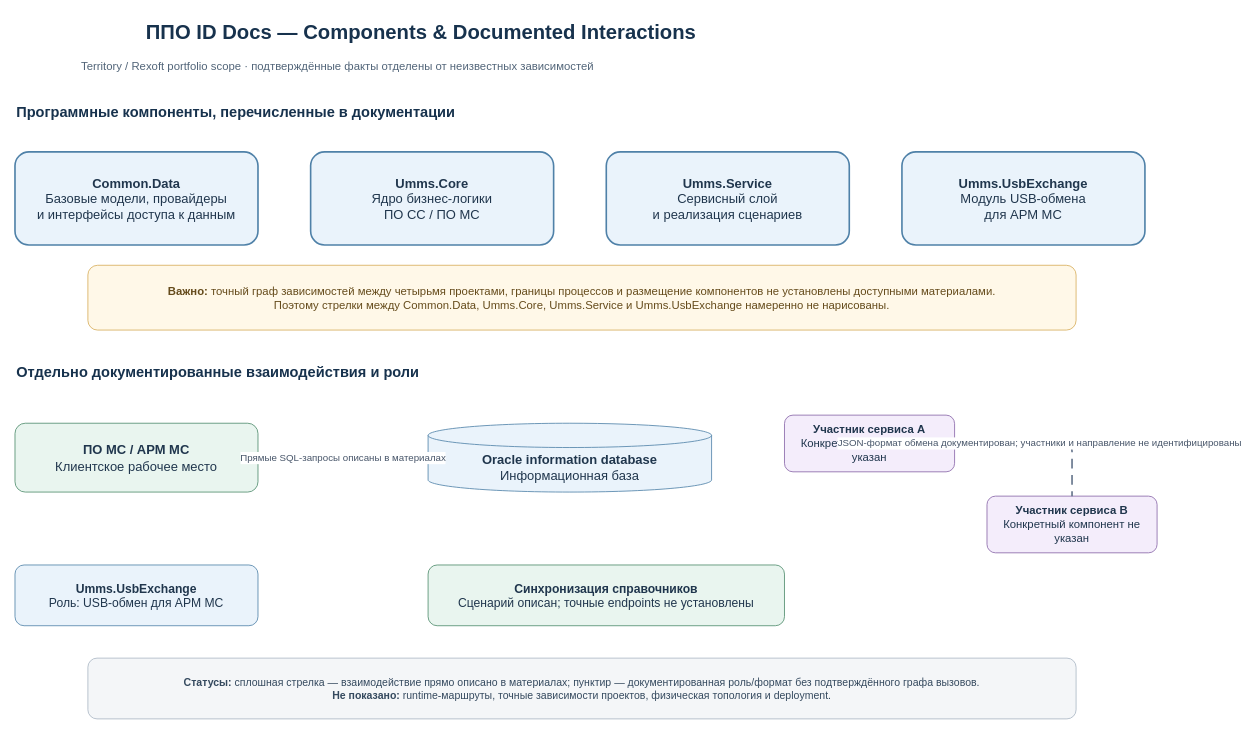
Earlier version of the draw.io diagram docs/diagrams/system-architecture-components.drawio (ekatmoz88-alt/territory-docs). Source tidied: cells renumbered, new cells numbered last; positions are measured from the earlier drawing's top-left corner, leaving out a move shared by most shapes. Both pictures are drawn from the tidied source at 81%, with x=0, y=0 at pixel (15, 14).
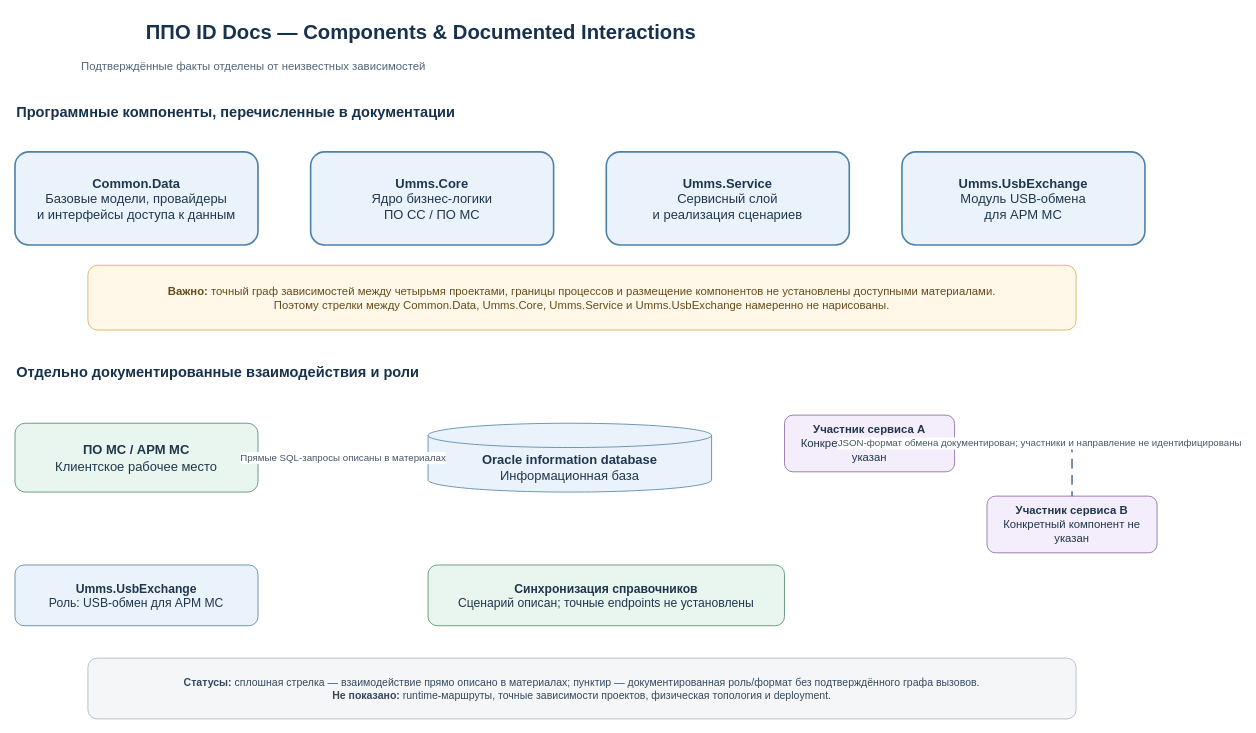
Above is the later version.

Commit message:
Remove portfolio grouping and cross-system notice

Change to the diagram source:
```diff
@@
 <mxGraphModel>
   <root>
     <mxCell id="0" />
     <mxCell id="1" parent="0" />
     <mxCell id="2" value="ППО ID Docs — Components &amp; Documented Interactions" style="text;html=1;fontSize=25;fontStyle=1;fontColor=#17324d;" parent="1" vertex="1">
       <mxGeometry x="160" width="1080" height="48" as="geometry" />
     </mxCell>
-    <mxCell id="3" value="Territory / Rexoft portfolio scope · подтверждённые факты отделены от неизвестных зависимостей" style="text;html=1;fontSize=14;fontColor=#526579;" parent="1" vertex="1">
+    <mxCell id="3" value="Подтверждённые факты отделены от неизвестных зависимостей" style="text;html=1;fontSize=14;fontColor=#526579;" parent="1" vertex="1">
       <mxGeometry x="80" y="50" width="1240" height="32" as="geometry" />
     </mxCell>
     <mxCell id="4" value="&lt;b&gt;Программные компоненты, перечисленные в документации&lt;/b&gt;" style="text;html=1;fontSize=18;fontColor=#17324d;" parent="1" vertex="1">
       <mxGeometry y="105" width="1400" height="38" as="geometry" />
     </mxCell>
     <mxCell id="5" value="&lt;b&gt;Common.Data&lt;/b&gt;&lt;br&gt;Базовые модели, провайдеры&lt;br&gt;и интерфейсы доступа к данным" style="rounded=1;whiteSpace=wrap;html=1;align=center;verticalAlign=middle;fontFamily=Arial;fillColor=#eaf3fb;strokeColor=#4f81a8;strokeWidth=2;fontSize=16;fontColor=#20364d;" parent="1" vertex="1">
       <mxGeometry y="170" width="300" height="115" as="geometry" />
     </mxCell>
     <mxCell id="6" value="&lt;b&gt;Umms.Core&lt;/b&gt;&lt;br&gt;Ядро бизнес-логики&lt;br&gt;ПО СС / ПО МС" style="rounded=1;whiteSpace=wrap;html=1;align=center;verticalAlign=middle;fontFamily=Arial;fillColor=#eaf3fb;strokeColor=#4f81a8;strokeWidth=2;fontSize=16;fontColor=#20364d;" parent="1" vertex="1">
       <mxGeometry x="365" y="170" width="300" height="115" as="geometry" />
     </mxCell>
     <mxCell id="7" value="&lt;b&gt;Umms.Service&lt;/b&gt;&lt;br&gt;Сервисный слой&lt;br&gt;и реализация сценариев" style="rounded=1;whiteSpace=wrap;html=1;align=center;verticalAlign=middle;fontFamily=Arial;fillColor=#eaf3fb;strokeColor=#4f81a8;strokeWidth=2;fontSize=16;fontColor=#20364d;" parent="1" vertex="1">
       <mxGeometry x="730" y="170" width="300" height="115" as="geometry" />
     </mxCell>
     <mxCell id="8" value="&lt;b&gt;Umms.UsbExchange&lt;/b&gt;&lt;br&gt;Модуль USB-обмена&lt;br&gt;для АРМ МС" style="rounded=1;whiteSpace=wrap;html=1;align=center;verticalAlign=middle;fontFamily=Arial;fillColor=#eaf3fb;strokeColor=#4f81a8;strokeWidth=2;fontSize=16;fontColor=#20364d;" parent="1" vertex="1">
       <mxGeometry x="1095" y="170" width="300" height="115" as="geometry" />
     </mxCell>
     <mxCell id="9" value="&lt;b&gt;Важно:&lt;/b&gt; точный граф зависимостей между четырьмя проектами, границы процессов и размещение компонентов не установлены доступными материалами.&lt;br&gt;Поэтому стрелки между Common.Data, Umms.Core, Umms.Service и Umms.UsbExchange намеренно не нарисованы." style="rounded=1;whiteSpace=wrap;html=1;align=center;verticalAlign=middle;fontFamily=Arial;fillColor=#fff8e8;strokeColor=#d7ad58;fontSize=14;fontColor=#654b1b;" parent="1" vertex="1">
       <mxGeometry x="90" y="310" width="1220" height="80" as="geometry" />
     </mxCell>
     <mxCell id="10" value="&lt;b&gt;Отдельно документированные взаимодействия и роли&lt;/b&gt;" style="text;html=1;fontSize=18;fontColor=#17324d;" parent="1" vertex="1">
       <mxGeometry y="425" width="1400" height="38" as="geometry" />
     </mxCell>
     <mxCell id="11" value="&lt;b&gt;ПО МС / АРМ МС&lt;/b&gt;&lt;br&gt;Клиентское рабочее место" style="rounded=1;whiteSpace=wrap;html=1;align=center;verticalAlign=middle;fontFamily=Arial;fillColor=#e9f5ef;strokeColor=#4d8b6b;fontSize=16;fontColor=#20364d;" parent="1" vertex="1">
       <mxGeometry y="505" width="300" height="85" as="geometry" />
     </mxCell>
     <mxCell id="12" value="&lt;b&gt;Oracle information database&lt;/b&gt;&lt;br&gt;Информационная база" style="shape=cylinder3;boundedLbl=1;backgroundOutline=1;rounded=1;whiteSpace=wrap;html=1;align=center;verticalAlign=middle;fontFamily=Arial;fillColor=#eaf3fb;strokeColor=#4f81a8;fontSize=16;fontColor=#20364d;" parent="1" vertex="1">
       <mxGeometry x="510" y="505" width="350" height="85" as="geometry" />
     </mxCell>
     <mxCell id="13" value="Прямые SQL-запросы описаны в материалах" style="edgeStyle=orthogonalEdgeStyle;rounded=1;jettySize=auto;html=1;endArrow=block;endFill=1;strokeColor=#64748b;strokeWidth=2;fontSize=12;fontColor=#475569;labelBackgroundColor=#ffffff;" parent="1" edge="1" source="11" target="12">
       <mxGeometry relative="1" as="geometry" />
     </mxCell>
     <mxCell id="14" value="&lt;b&gt;Участник сервиса A&lt;/b&gt;&lt;br&gt;Конкретный компонент не указан" style="rounded=1;whiteSpace=wrap;html=1;align=center;verticalAlign=middle;fontFamily=Arial;fillColor=#f4edfb;strokeColor=#8865a8;fontSize=14;fontColor=#20364d;" parent="1" vertex="1">
       <mxGeometry x="950" y="495" width="210" height="70" as="geometry" />
     </mxCell>
     <mxCell id="15" value="&lt;b&gt;Участник сервиса B&lt;/b&gt;&lt;br&gt;Конкретный компонент не указан" style="rounded=1;whiteSpace=wrap;html=1;align=center;verticalAlign=middle;fontFamily=Arial;fillColor=#f4edfb;strokeColor=#8865a8;fontSize=14;fontColor=#20364d;" parent="1" vertex="1">
       <mxGeometry x="1200" y="595" width="210" height="70" as="geometry" />
     </mxCell>
     <mxCell id="16" value="JSON-формат обмена документирован; участники и направление не идентифицированы" style="edgeStyle=orthogonalEdgeStyle;rounded=1;jettySize=auto;html=1;startArrow=none;startFill=0;endArrow=none;endFill=0;strokeColor=#64748b;strokeWidth=2;dashed=1;dashPattern=6 4;fontSize=12;fontColor=#475569;labelBackgroundColor=#ffffff;" parent="1" edge="1" source="14" target="15">
       <mxGeometry relative="1" as="geometry" />
     </mxCell>
     <mxCell id="17" value="&lt;b&gt;Umms.UsbExchange&lt;/b&gt;&lt;br&gt;Роль: USB-обмен для АРМ МС" style="rounded=1;whiteSpace=wrap;html=1;align=center;verticalAlign=middle;fontFamily=Arial;fillColor=#eaf3fb;strokeColor=#4f81a8;fontSize=15;fontColor=#20364d;" parent="1" vertex="1">
       <mxGeometry y="680" width="300" height="75" as="geometry" />
     </mxCell>
     <mxCell id="18" value="&lt;b&gt;Синхронизация справочников&lt;/b&gt;&lt;br&gt;Сценарий описан; точные endpoints не установлены" style="rounded=1;whiteSpace=wrap;html=1;align=center;verticalAlign=middle;fontFamily=Arial;fillColor=#e9f5ef;strokeColor=#4d8b6b;fontSize=15;fontColor=#20364d;" parent="1" vertex="1">
       <mxGeometry x="510" y="680" width="440" height="75" as="geometry" />
     </mxCell>
     <mxCell id="19" value="&lt;b&gt;Статусы:&lt;/b&gt; сплошная стрелка — взаимодействие прямо описано в материалах; пунктир — документированная роль/формат без подтверждённого графа вызовов.&lt;br&gt;&lt;b&gt;Не показано:&lt;/b&gt; runtime-маршруты, точные зависимости проектов, физическая топология и deployment." style="rounded=1;whiteSpace=wrap;html=1;align=center;verticalAlign=middle;fontFamily=Arial;fillColor=#f4f6f8;strokeColor=#aab7c4;fontSize=13;fontColor=#34495e;" parent="1" vertex="1">
       <mxGeometry x="90" y="795" width="1220" height="75" as="geometry" />
     </mxCell>
   </root>
 </mxGraphModel>
```
